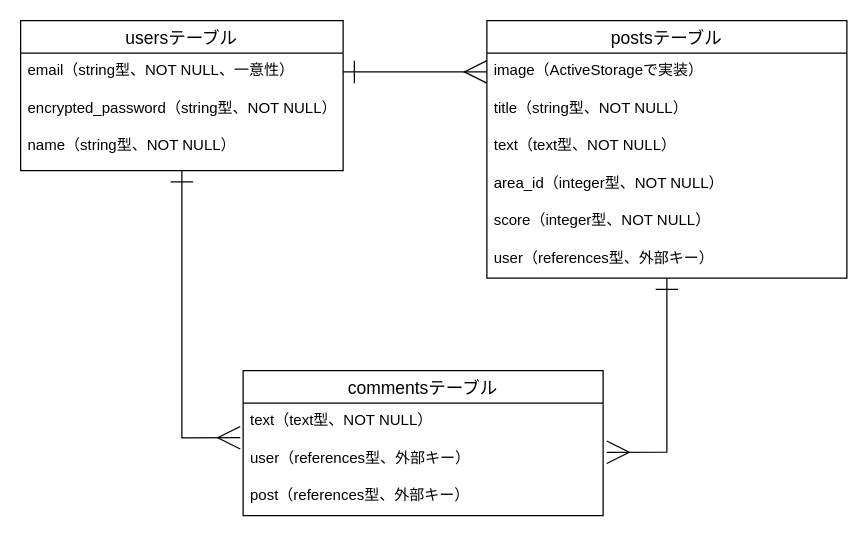
kotaro-hetsugi/original_app-34434 keeps this draw.io diagram as ER.dio. Above is the earlier version. Source tidied: cells renumbered, new cells numbered last; positions are measured from the earlier drawing's top-left corner, leaving out a move shared by most shapes. Both pictures are drawn from the tidied source at 125%, with x=0, y=0 at pixel (20, 20).
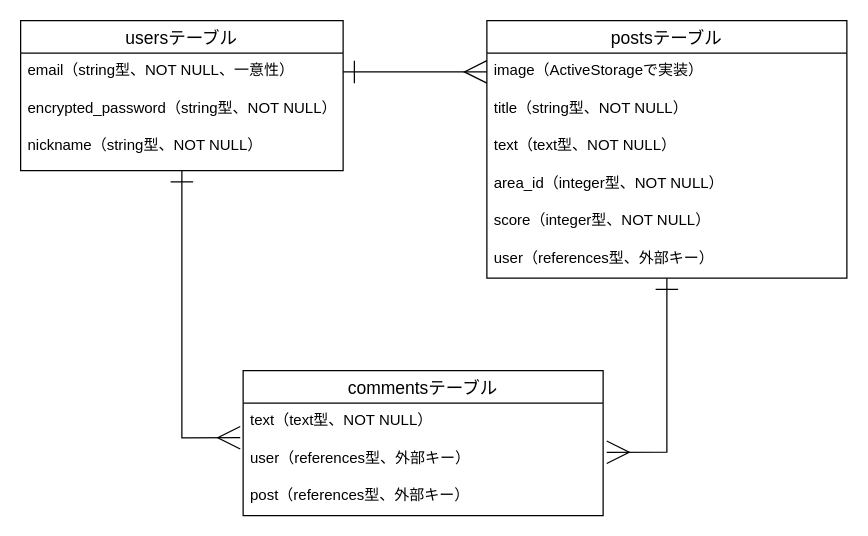
After the change.

Change to the diagram source:
```diff
@@
 <mxGraphModel>
   <root>
     <mxCell id="0" />
     <mxCell id="1" parent="0" />
     <mxCell id="2" style="edgeStyle=orthogonalEdgeStyle;rounded=0;jettySize=auto;html=1;entryX=-0.008;entryY=0.922;entryDx=0;entryDy=0;entryPerimeter=0;startArrow=ERone;startFill=0;startSize=16;endArrow=ERmany;endFill=0;endSize=16;" parent="1" edge="1" source="3" target="16">
       <mxGeometry relative="1" as="geometry" />
     </mxCell>
     <mxCell id="3" value="usersテーブル" style="swimlane;fontStyle=0;horizontal=1;startSize=26;align=center;fontSize=14;" parent="1" vertex="1">
       <mxGeometry width="258" height="120" as="geometry" />
     </mxCell>
     <mxCell id="4" value="email（string型、NOT NULL、一意性）" style="text;strokeColor=none;fillColor=none;spacingLeft=4;spacingRight=4;overflow=hidden;points=[[0,0.5],[1,0.5]];portConstraint=eastwest;fontSize=12;" parent="3" vertex="1">
       <mxGeometry y="26" width="258" height="30" as="geometry" />
     </mxCell>
     <mxCell id="5" value="encrypted_password（string型、NOT NULL）" style="text;strokeColor=none;fillColor=none;spacingLeft=4;spacingRight=4;overflow=hidden;fontSize=12;" parent="3" vertex="1">
       <mxGeometry y="56" width="258" height="30" as="geometry" />
     </mxCell>
-    <mxCell id="6" value="name（string型、NOT NULL）" style="text;strokeColor=none;fillColor=none;spacingLeft=4;spacingRight=4;overflow=hidden;fontSize=12;" parent="3" vertex="1">
+    <mxCell id="6" value="nickname（string型、NOT NULL）" style="text;strokeColor=none;fillColor=none;spacingLeft=4;spacingRight=4;overflow=hidden;fontSize=12;" parent="3" vertex="1">
       <mxGeometry y="86" width="258" height="34" as="geometry" />
     </mxCell>
     <mxCell id="7" style="edgeStyle=orthogonalEdgeStyle;rounded=0;jettySize=auto;html=1;entryX=1.01;entryY=0.311;entryDx=0;entryDy=0;entryPerimeter=0;startArrow=ERone;startFill=0;startSize=16;endArrow=ERmany;endFill=0;endSize=16;" parent="1" edge="1" source="8" target="17">
       <mxGeometry relative="1" as="geometry" />
     </mxCell>
     <mxCell id="8" value="postsテーブル" style="swimlane;fontStyle=0;horizontal=1;startSize=26;align=center;fontSize=14;" parent="1" vertex="1">
       <mxGeometry x="373" width="288" height="206" as="geometry" />
     </mxCell>
     <mxCell id="9" value="image（ActiveStorageで実装）" style="text;strokeColor=none;fillColor=none;spacingLeft=4;spacingRight=4;overflow=hidden;points=[[0,0.5],[1,0.5]];portConstraint=eastwest;fontSize=12;" parent="8" vertex="1">
       <mxGeometry y="26" width="288" height="30" as="geometry" />
     </mxCell>
     <mxCell id="10" value="title（string型、NOT NULL）" style="text;strokeColor=none;fillColor=none;spacingLeft=4;spacingRight=4;overflow=hidden;fontSize=12;" parent="8" vertex="1">
       <mxGeometry y="56" width="288" height="30" as="geometry" />
     </mxCell>
     <mxCell id="11" value="text（text型、NOT NULL）" style="text;strokeColor=none;fillColor=none;spacingLeft=4;spacingRight=4;overflow=hidden;fontSize=12;" parent="8" vertex="1">
       <mxGeometry y="86" width="288" height="30" as="geometry" />
     </mxCell>
     <mxCell id="12" value="area_id（integer型、NOT NULL）" style="text;strokeColor=none;fillColor=none;spacingLeft=4;spacingRight=4;overflow=hidden;fontSize=12;" parent="8" vertex="1">
       <mxGeometry y="116" width="288" height="30" as="geometry" />
     </mxCell>
     <mxCell id="13" value="score（integer型、NOT NULL）" style="text;strokeColor=none;fillColor=none;spacingLeft=4;spacingRight=4;overflow=hidden;fontSize=12;" parent="8" vertex="1">
       <mxGeometry y="146" width="288" height="30" as="geometry" />
     </mxCell>
     <mxCell id="14" value="user（references型、外部キー）" style="text;strokeColor=none;fillColor=none;spacingLeft=4;spacingRight=4;overflow=hidden;fontSize=12;" parent="8" vertex="1">
       <mxGeometry y="176" width="288" height="30" as="geometry" />
     </mxCell>
     <mxCell id="15" value="commentsテーブル" style="swimlane;fontStyle=0;horizontal=1;startSize=26;align=center;fontSize=14;" parent="1" vertex="1">
       <mxGeometry x="178" y="280" width="288" height="116" as="geometry" />
     </mxCell>
     <mxCell id="16" value="text（text型、NOT NULL）" style="text;strokeColor=none;fillColor=none;spacingLeft=4;spacingRight=4;overflow=hidden;points=[[0,0.5],[1,0.5]];portConstraint=eastwest;fontSize=12;" parent="15" vertex="1">
       <mxGeometry y="26" width="288" height="30" as="geometry" />
     </mxCell>
     <mxCell id="17" value="user（references型、外部キー）" style="text;strokeColor=none;fillColor=none;spacingLeft=4;spacingRight=4;overflow=hidden;points=[[0,0.5],[1,0.5]];portConstraint=eastwest;fontSize=12;" parent="15" vertex="1">
       <mxGeometry y="56" width="288" height="30" as="geometry" />
     </mxCell>
     <mxCell id="18" value="post（references型、外部キー）" style="text;strokeColor=none;fillColor=none;spacingLeft=4;spacingRight=4;overflow=hidden;fontSize=12;" parent="15" vertex="1">
       <mxGeometry y="86" width="288" height="30" as="geometry" />
     </mxCell>
     <mxCell id="19" style="edgeStyle=orthogonalEdgeStyle;rounded=0;jettySize=auto;html=1;exitX=1;exitY=0.5;exitDx=0;exitDy=0;entryX=0;entryY=0.5;entryDx=0;entryDy=0;endSize=16;startSize=16;endArrow=ERmany;endFill=0;startArrow=ERone;startFill=0;" parent="1" edge="1" source="4" target="9">
       <mxGeometry relative="1" as="geometry" />
     </mxCell>
   </root>
 </mxGraphModel>
```
